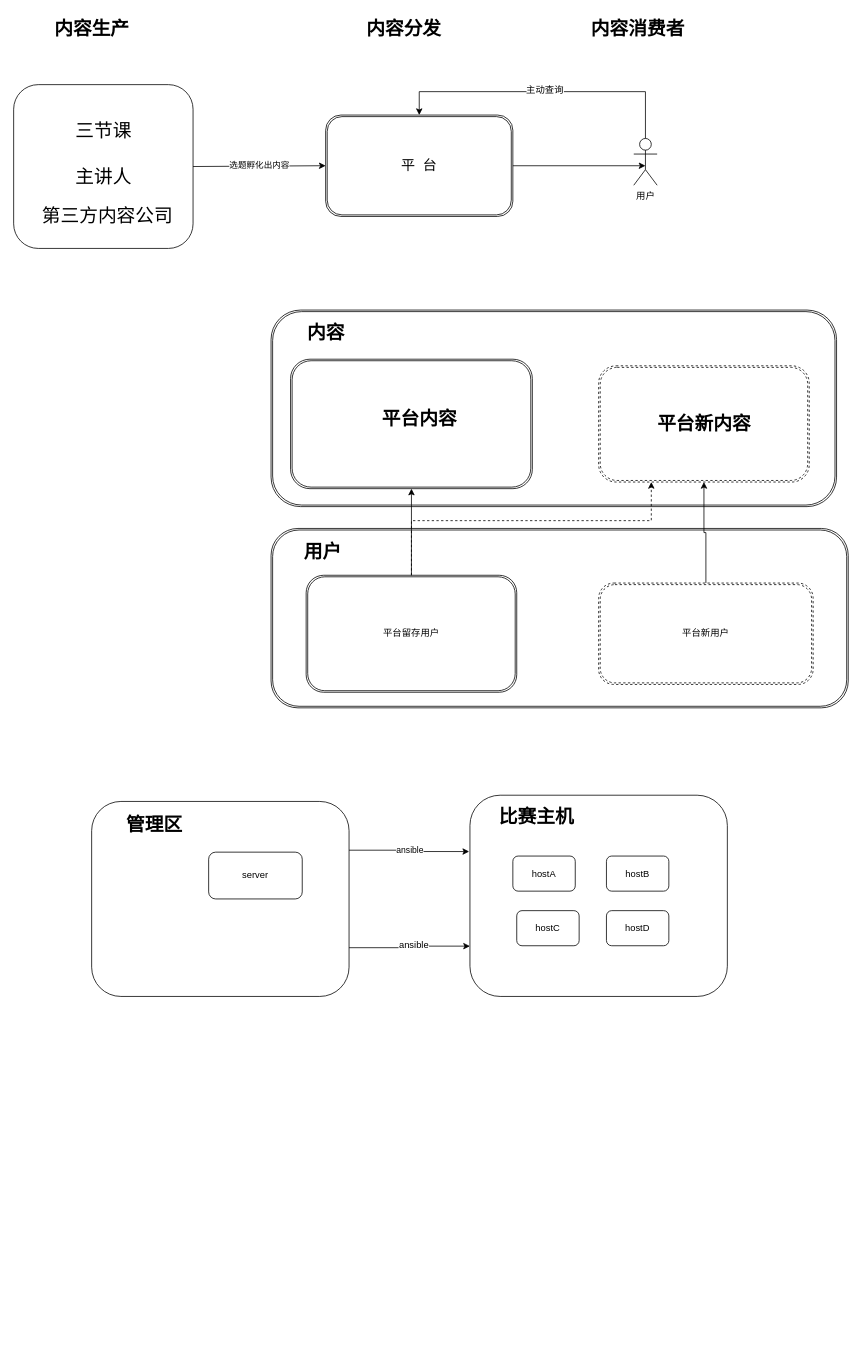
This is page 7 of 7 of snail_process.drawio from cpu6660/knight, a draw.io file, before an edit. Source tidied: cells renumbered, new cells numbered last; positions are measured from the earlier drawing's top-left corner, leaving out a move shared by most shapes. Both pictures are drawn from the tidied source at 78%, with x=0, y=0 at pixel (13, 13).
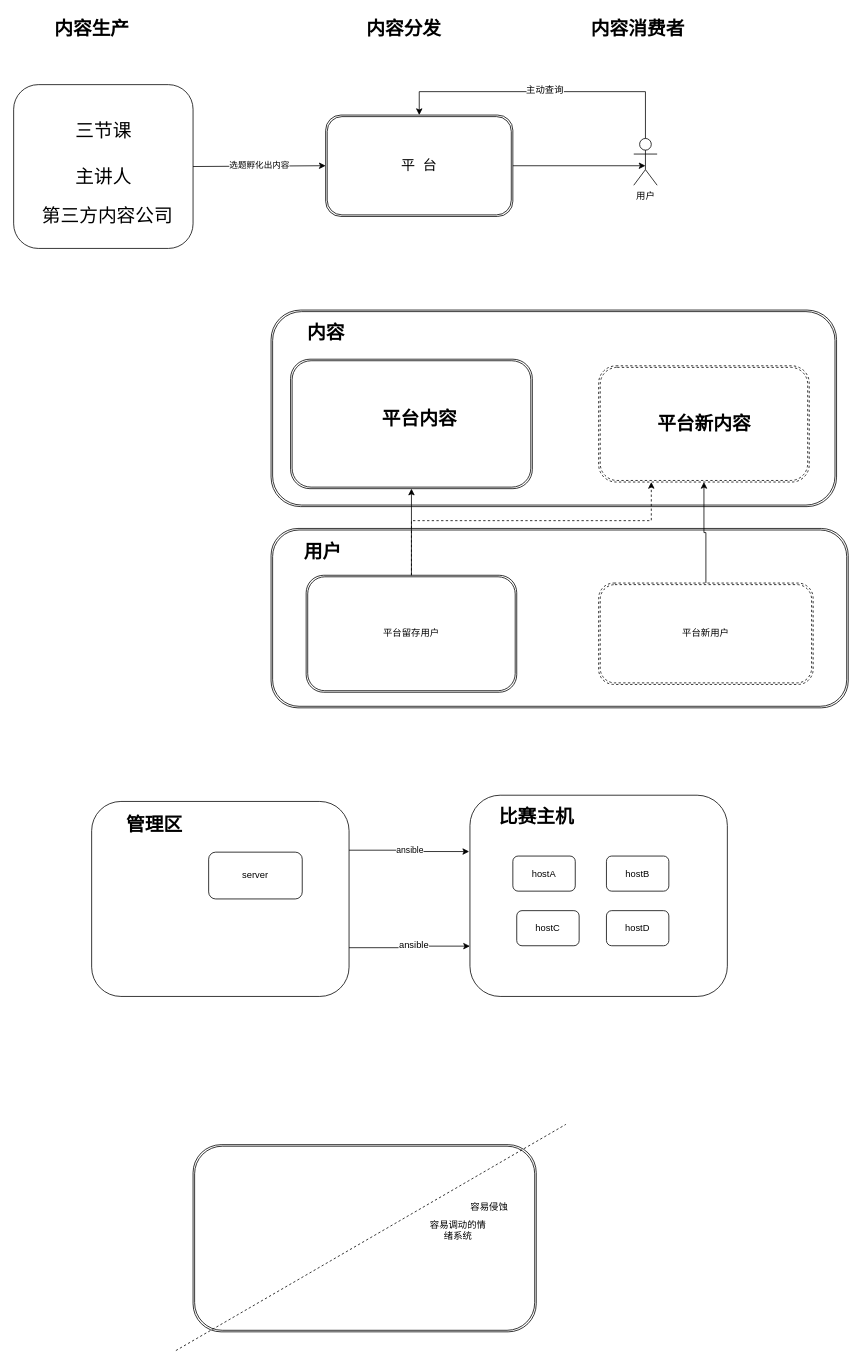
After the change.

Change to the diagram source:
```diff
@@
+    <mxCell id="41" style="shape=ext;double=1;rounded=1;whiteSpace=wrap;html=1;" parent="1" vertex="1">
+      <mxGeometry x="230" y="1450" width="440" height="240" as="geometry" />
+    </mxCell>
+    <mxCell id="42" style="endArrow=none;dashed=1;html=1;" parent="1" edge="1">
+      <mxGeometry relative="1" as="geometry">
+        <mxPoint x="208" y="1714" as="sourcePoint" />
+        <mxPoint x="708" y="1424" as="targetPoint" />
+      </mxGeometry>
+    </mxCell>
+    <mxCell id="43" value="容易侵蚀" style="text;html=1;strokeColor=none;fillColor=none;align=center;verticalAlign=middle;whiteSpace=wrap;rounded=0;" parent="1" vertex="1">
+      <mxGeometry x="570" y="1520" width="80" height="20" as="geometry" />
+    </mxCell>
+    <mxCell id="44" value="容易调动的情绪系统" style="text;html=1;strokeColor=none;fillColor=none;align=center;verticalAlign=middle;whiteSpace=wrap;rounded=0;" parent="1" vertex="1">
+      <mxGeometry x="530" y="1550" width="80" height="20" as="geometry" />
+    </mxCell>
```
